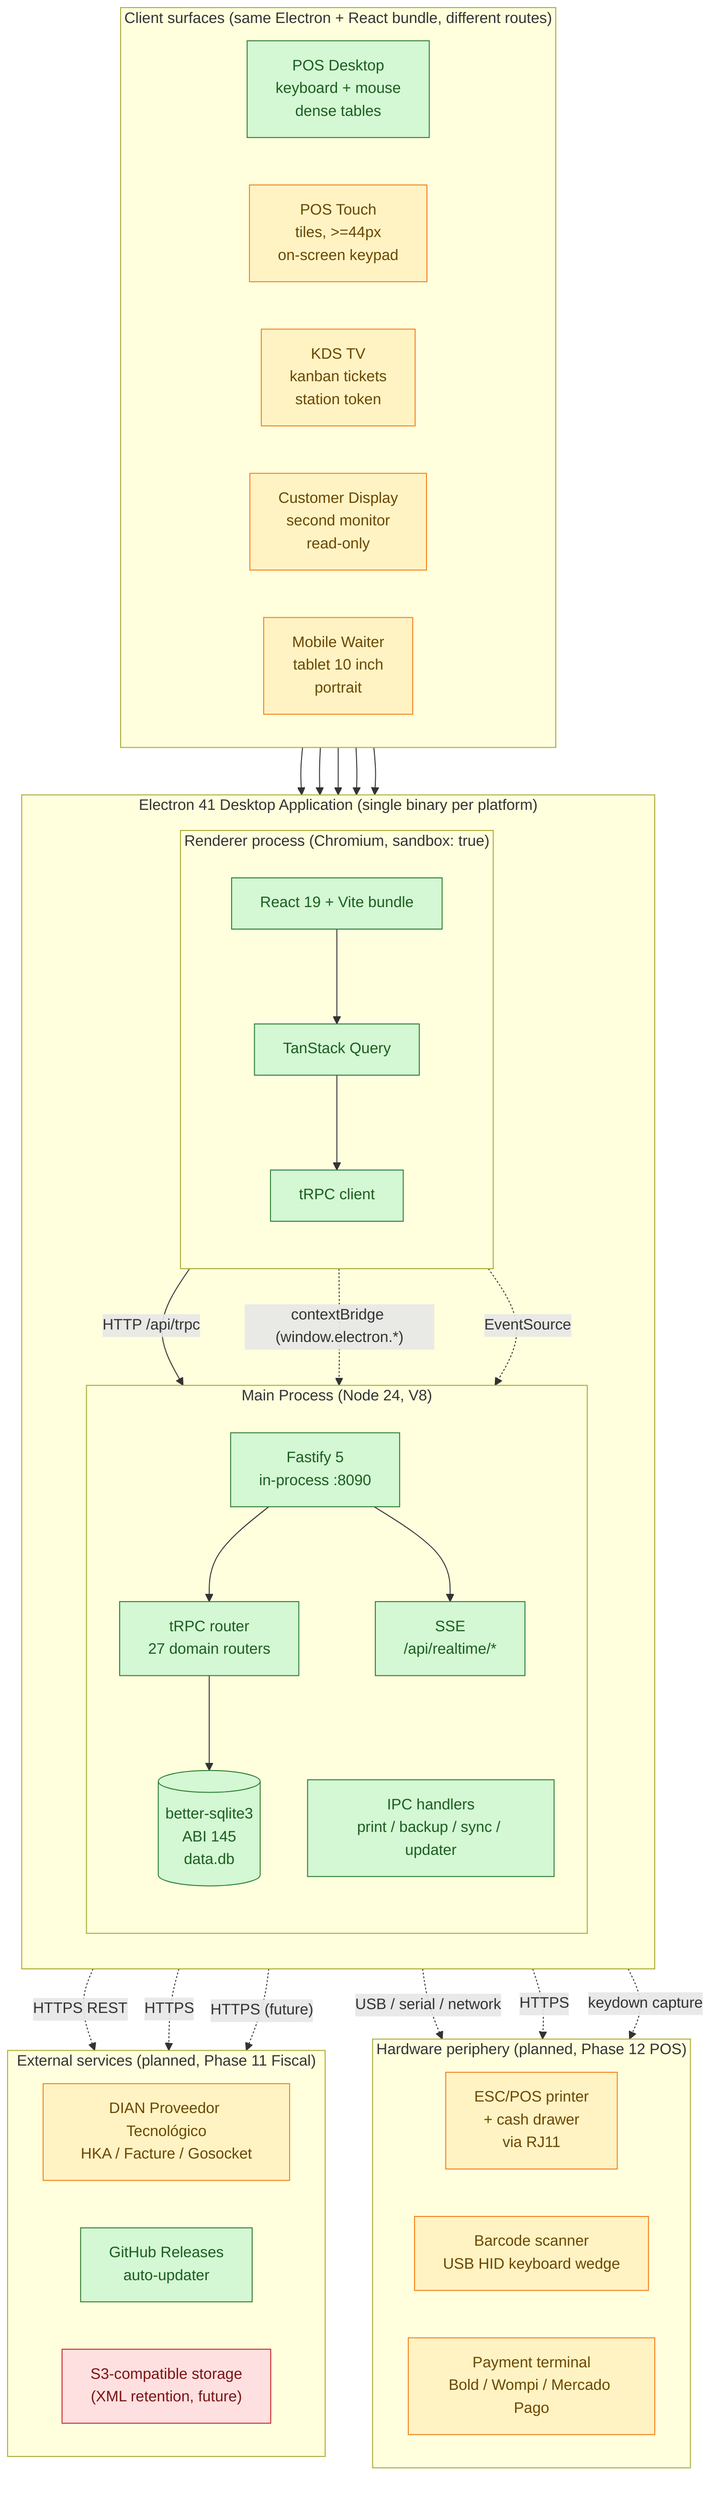
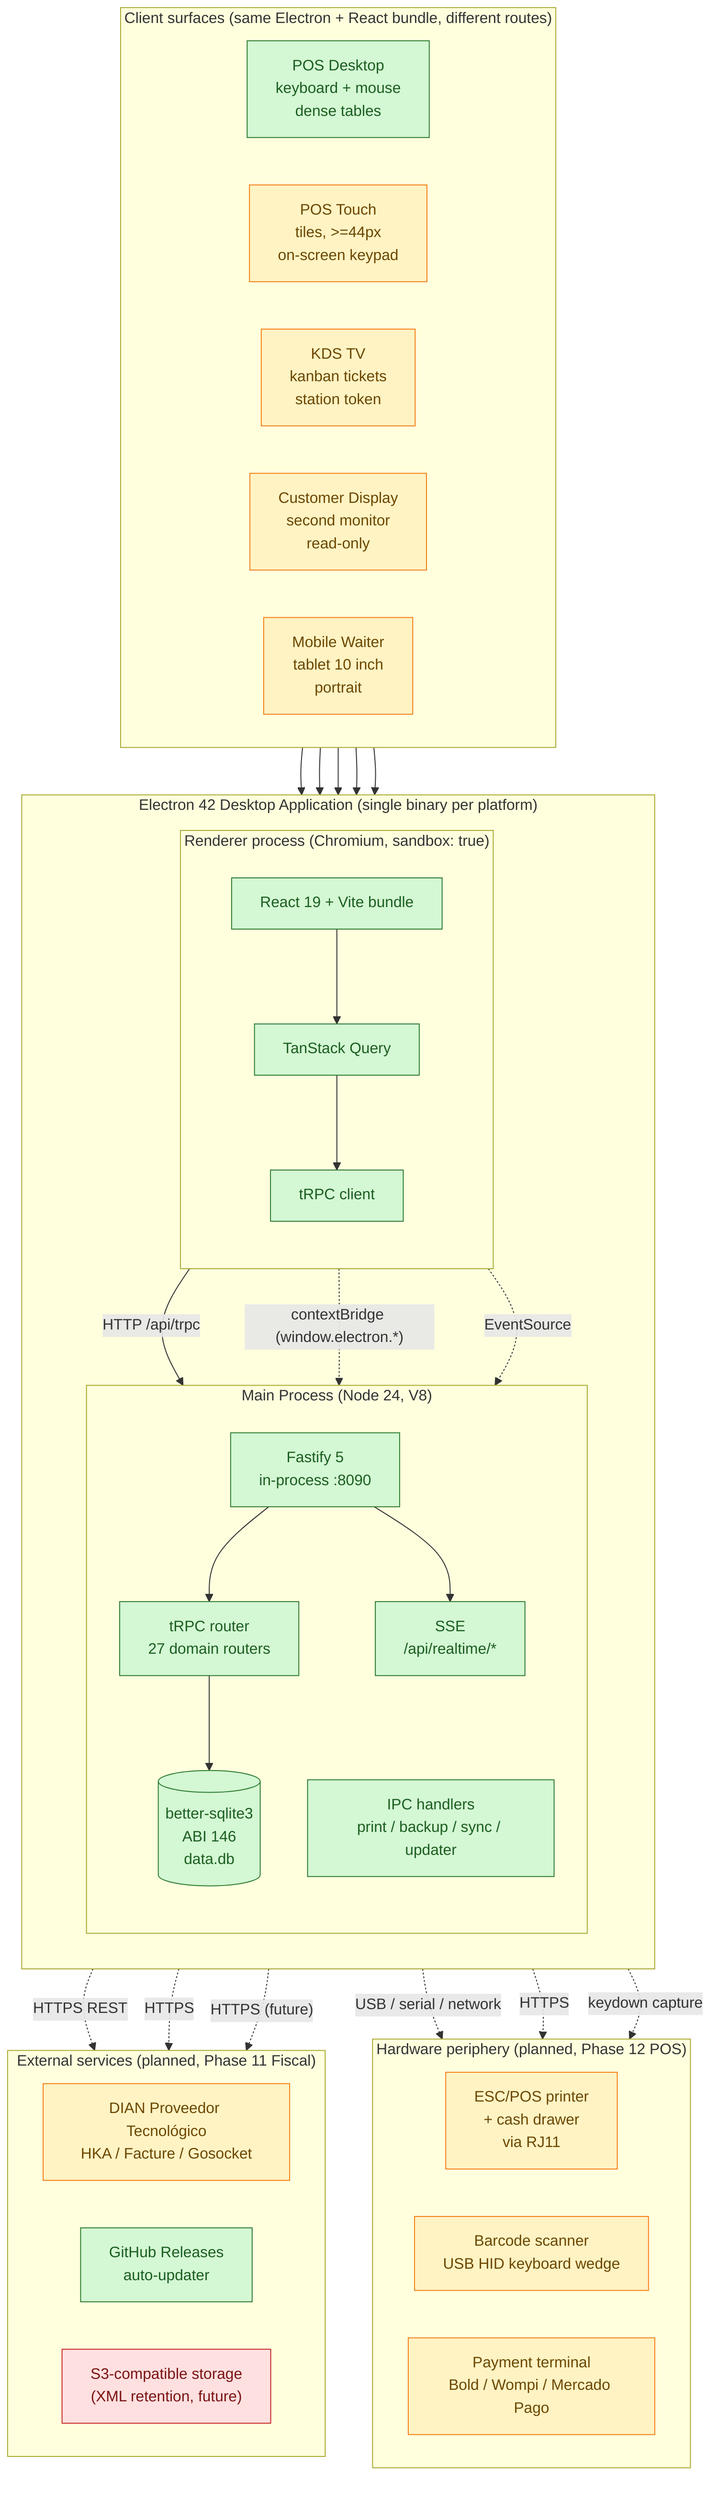
%% Puntovivo architecture — high-level process and client surface topology
%% Render: pnpm dlx @mermaid-js/mermaid-cli -i docs/architecture.mmd -o docs/architecture.svg
%% Source of truth for the system diagram embedded in docs/ARCHITECTURE.md and README.md.

flowchart TB
-   subgraph Electron["Electron 41 Desktop Application (single binary per platform)"]
+   subgraph Electron["Electron 42 Desktop Application (single binary per platform)"]
    direction TB

    subgraph Main["Main Process (Node 24, V8)"]
      direction TB
      F["Fastify 5<br/>in-process :8090"]
      T["tRPC router<br/>27 domain routers"]
-       DB[("better-sqlite3<br/>ABI 145<br/>data.db")]
+       DB[("better-sqlite3<br/>ABI 146<br/>data.db")]
      IPC["IPC handlers<br/>print / backup / sync / updater"]
      SSE["SSE<br/>/api/realtime/*"]
      F --> T
      F --> SSE
      T --> DB
    end

    subgraph Renderer["Renderer process (Chromium, sandbox: true)"]
      direction TB
      R["React 19 + Vite bundle"]
      Q["TanStack Query"]
      C["tRPC client"]
      R --> Q --> C
    end

    C -- "HTTP /api/trpc" --> F
    R -. "contextBridge (window.electron.*)" .-> IPC
    R -. "EventSource" .-> SSE
  end

  subgraph Surfaces["Client surfaces (same Electron + React bundle, different routes)"]
    direction LR
    POSD["POS Desktop<br/>keyboard + mouse<br/>dense tables"]
    POST["POS Touch<br/>tiles, >=44px<br/>on-screen keypad"]
    KDS["KDS TV<br/>kanban tickets<br/>station token"]
    CUST["Customer Display<br/>second monitor<br/>read-only"]
    MOB["Mobile Waiter<br/>tablet 10 inch<br/>portrait"]
  end

  POSD --> Renderer
  POST --> Renderer
  KDS --> Renderer
  CUST --> Renderer
  MOB --> Renderer

  subgraph Peripherals["Hardware periphery (planned, Phase 12 POS)"]
    direction LR
    ESCP["ESC/POS printer<br/>+ cash drawer<br/>via RJ11"]
    SCAN["Barcode scanner<br/>USB HID keyboard wedge"]
    DAT["Payment terminal<br/>Bold / Wompi / Mercado Pago"]
  end

  IPC -. "USB / serial / network" .-> ESCP
  Renderer -. "keydown capture" .-> SCAN
  T -. "HTTPS" .-> DAT

  subgraph External["External services (planned, Phase 11 Fiscal)"]
    direction LR
    PT["DIAN Proveedor Tecnológico<br/>HKA / Facture / Gosocket"]
    UPD["GitHub Releases<br/>auto-updater"]
    S3["S3-compatible storage<br/>(XML retention, future)"]
  end

  T -. "HTTPS REST" .-> PT
  IPC -. "HTTPS" .-> UPD
  IPC -. "HTTPS (future)" .-> S3

  classDef shipped fill:#d4f7d4,stroke:#2e7d32,color:#1b5e20
  classDef planned fill:#fff3c4,stroke:#f57f17,color:#6b4700
  classDef future fill:#ffe0e0,stroke:#c62828,color:#7a1313

  class F,T,DB,IPC,SSE,R,Q,C,POSD,UPD shipped
  class POST,KDS,CUST,MOB,ESCP,SCAN,DAT,PT planned
  class S3 future
